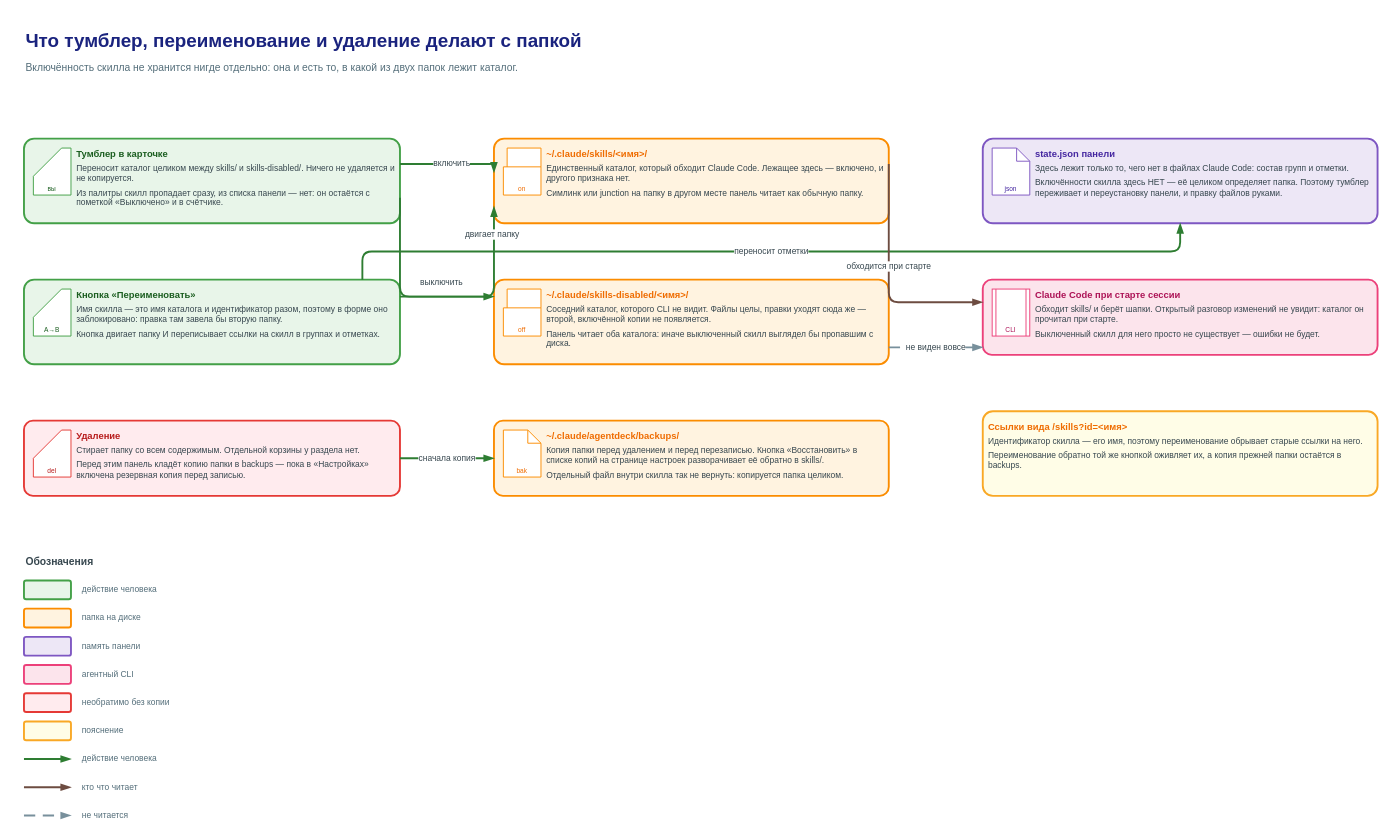
This is page "Две папки и одно состояние" (2 of 2) of docs/diagrams/skills-guide/skills-guide.drawio from rusyander/claude-control, a draw.io file, before an edit. Source tidied: cells renumbered, new cells numbered last; positions are measured from the earlier drawing's top-left corner, leaving out a move shared by most shapes. Both pictures are drawn from the tidied source at 94%, with x=0, y=0 at pixel (24, 25).
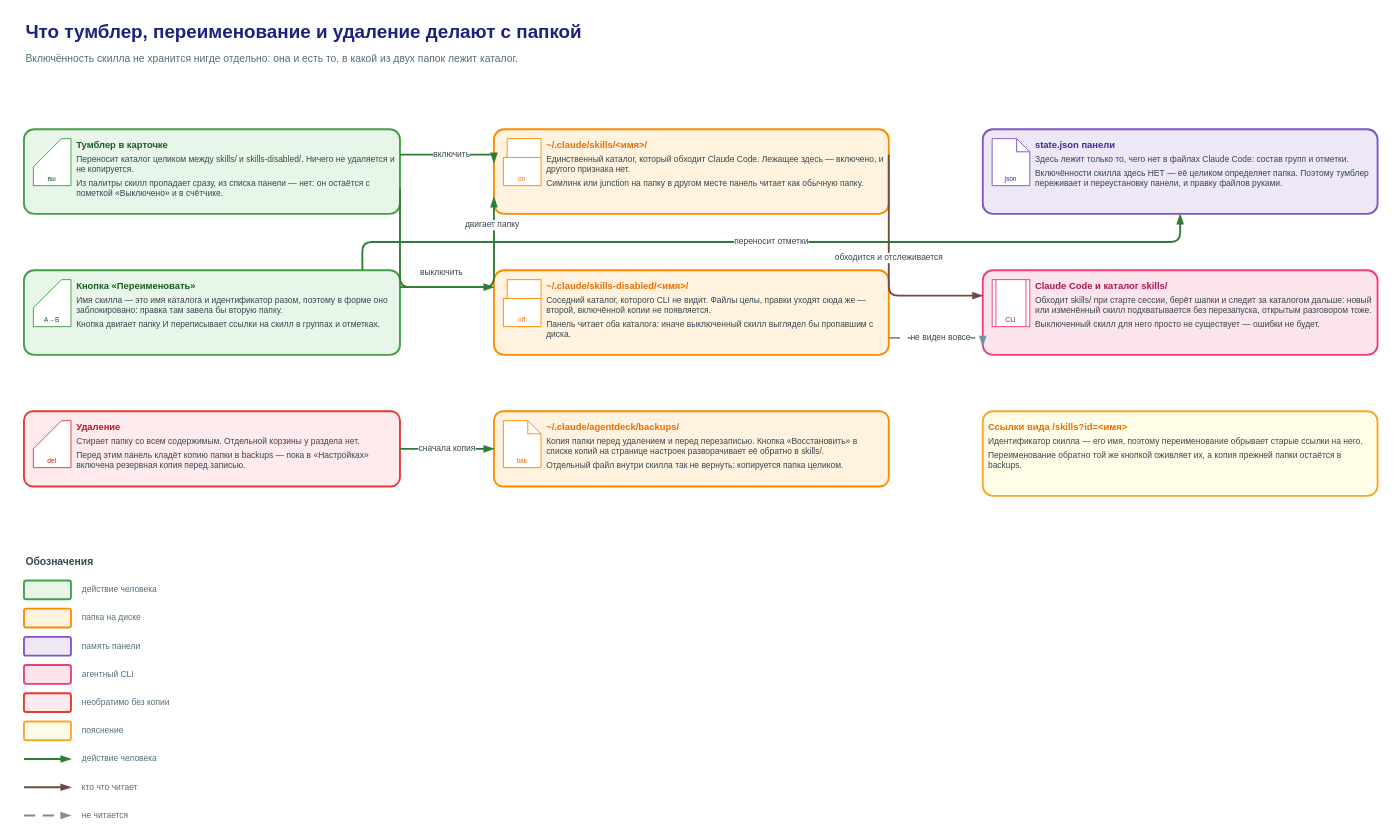
The same page after the edit.

Change to the diagram source:
```diff
@@
     <mxCell id="2" value="Что тумблер, переименование и удаление делают с папкой" style="text;html=1;whiteSpace=wrap;align=left;verticalAlign=middle;fontSize=20;fontColor=#1A237E;fontStyle=1;" parent="1" vertex="1">
-      <mxGeometry width="1200" height="30" as="geometry" />
+      <mxGeometry y="-10" width="1200" height="30" as="geometry" />
     </mxCell>
     <mxCell id="3" value="Включённость скилла не хранится нигде отдельно: она и есть то, в какой из двух папок лежит каталог." style="text;html=1;whiteSpace=wrap;align=left;verticalAlign=middle;fontSize=11;fontColor=#546E7A;" parent="1" vertex="1">
-      <mxGeometry y="30" width="1200" height="30" as="geometry" />
+      <mxGeometry y="20" width="1200" height="30" as="geometry" />
     </mxCell>
     <mxCell id="4" value="&lt;div style=&quot;font-size:10px;font-weight:600;color:#1B5E20;text-align:left&quot;&gt;Тумблер в карточке&lt;/div&gt;&lt;div style=&quot;font-size:9px;text-align:left;margin-top:4px&quot;&gt;Переносит каталог целиком между skills/ и skills-disabled/. Ничего не удаляется и не копируется.&lt;/div&gt;&lt;div style=&quot;font-size:9px;text-align:left;margin-top:4px&quot;&gt;Из палитры скилл пропадает сразу, из списка панели — нет: он остаётся с пометкой «Выключено» и в счётчике.&lt;/div&gt;" style="rounded=1;arcSize=12;fillColor=#E8F5E9;strokeColor=#43A047;strokeWidth=2;html=1;whiteSpace=wrap;align=left;verticalAlign=top;spacing=6;fontSize=9;fontColor=#37474F;spacingLeft=50;informational=1;" parent="1" vertex="1">
-      <mxGeometry y="120" width="400" height="90" as="geometry" />
+      <mxGeometry y="110" width="400" height="90" as="geometry" />
     </mxCell>
@@
     <mxCell id="6" value="&lt;div style=&quot;font-size:10px;font-weight:600;color:#1B5E20;text-align:left&quot;&gt;Кнопка «Переименовать»&lt;/div&gt;&lt;div style=&quot;font-size:9px;text-align:left;margin-top:4px&quot;&gt;Имя скилла — это имя каталога и идентификатор разом, поэтому в форме оно заблокировано: правка там завела бы вторую папку.&lt;/div&gt;&lt;div style=&quot;font-size:9px;text-align:left;margin-top:4px&quot;&gt;Кнопка двигает папку И переписывает ссылки на скилл в группах и отметках.&lt;/div&gt;" style="rounded=1;arcSize=12;fillColor=#E8F5E9;strokeColor=#43A047;strokeWidth=2;html=1;whiteSpace=wrap;align=left;verticalAlign=top;spacing=6;fontSize=9;fontColor=#37474F;spacingLeft=50;informational=1;" parent="1" vertex="1">
-      <mxGeometry y="270" width="400" height="90" as="geometry" />
+      <mxGeometry y="260" width="400" height="90" as="geometry" />
     </mxCell>
@@
     <mxCell id="8" value="&lt;div style=&quot;font-size:10px;font-weight:600;color:#B71C1C;text-align:left&quot;&gt;Удаление&lt;/div&gt;&lt;div style=&quot;font-size:9px;text-align:left;margin-top:4px&quot;&gt;Стирает папку со всем содержимым. Отдельной корзины у раздела нет.&lt;/div&gt;&lt;div style=&quot;font-size:9px;text-align:left;margin-top:4px&quot;&gt;Перед этим панель кладёт копию папки в backups — пока в «Настройках» включена резервная копия перед записью.&lt;/div&gt;" style="rounded=1;arcSize=12;fillColor=#FFEBEE;strokeColor=#E53935;strokeWidth=2;html=1;whiteSpace=wrap;align=left;verticalAlign=top;spacing=6;fontSize=9;fontColor=#37474F;spacingLeft=50;informational=1;" parent="1" vertex="1">
-      <mxGeometry y="420" width="400" height="80" as="geometry" />
+      <mxGeometry y="410" width="400" height="80" as="geometry" />
     </mxCell>
@@
     <mxCell id="10" value="&lt;div style=&quot;font-size:10px;font-weight:600;color:#EF6C00;text-align:left&quot;&gt;~/.claude/skills/&lt;имя&gt;/&lt;/div&gt;&lt;div style=&quot;font-size:9px;text-align:left;margin-top:4px&quot;&gt;Единственный каталог, который обходит Claude Code. Лежащее здесь — включено, и другого признака нет.&lt;/div&gt;&lt;div style=&quot;font-size:9px;text-align:left;margin-top:4px&quot;&gt;Симлинк или junction на папку в другом месте панель читает как обычную папку.&lt;/div&gt;" style="rounded=1;arcSize=12;fillColor=#FFF3E0;strokeColor=#FB8C00;strokeWidth=2;html=1;whiteSpace=wrap;align=left;verticalAlign=top;spacing=6;fontSize=9;fontColor=#37474F;spacingLeft=50;informational=1;" parent="1" vertex="1">
-      <mxGeometry x="500" y="120" width="420" height="90" as="geometry" />
+      <mxGeometry x="500" y="110" width="420" height="90" as="geometry" />
     </mxCell>
@@
     <mxCell id="12" value="&lt;div style=&quot;font-size:10px;font-weight:600;color:#EF6C00;text-align:left&quot;&gt;~/.claude/skills-disabled/&lt;имя&gt;/&lt;/div&gt;&lt;div style=&quot;font-size:9px;text-align:left;margin-top:4px&quot;&gt;Соседний каталог, которого CLI не видит. Файлы целы, правки уходят сюда же — второй, включённой копии не появляется.&lt;/div&gt;&lt;div style=&quot;font-size:9px;text-align:left;margin-top:4px&quot;&gt;Панель читает оба каталога: иначе выключенный скилл выглядел бы пропавшим с диска.&lt;/div&gt;" style="rounded=1;arcSize=12;fillColor=#FFF3E0;strokeColor=#FB8C00;strokeWidth=2;html=1;whiteSpace=wrap;align=left;verticalAlign=top;spacing=6;fontSize=9;fontColor=#37474F;spacingLeft=50;informational=1;" parent="1" vertex="1">
-      <mxGeometry x="500" y="270" width="420" height="90" as="geometry" />
+      <mxGeometry x="500" y="260" width="420" height="90" as="geometry" />
     </mxCell>
@@
     <mxCell id="14" value="&lt;div style=&quot;font-size:10px;font-weight:600;color:#EF6C00;text-align:left&quot;&gt;~/.claude/agentdeck/backups/&lt;/div&gt;&lt;div style=&quot;font-size:9px;text-align:left;margin-top:4px&quot;&gt;Копия папки перед удалением и перед перезаписью. Кнопка «Восстановить» в списке копий на странице настроек разворачивает её обратно в skills/.&lt;/div&gt;&lt;div style=&quot;font-size:9px;text-align:left;margin-top:4px&quot;&gt;Отдельный файл внутри скилла так не вернуть: копируется папка целиком.&lt;/div&gt;" style="rounded=1;arcSize=12;fillColor=#FFF3E0;strokeColor=#FB8C00;strokeWidth=2;html=1;whiteSpace=wrap;align=left;verticalAlign=top;spacing=6;fontSize=9;fontColor=#37474F;spacingLeft=50;informational=1;" parent="1" vertex="1">
-      <mxGeometry x="500" y="420" width="420" height="80" as="geometry" />
+      <mxGeometry x="500" y="410" width="420" height="80" as="geometry" />
     </mxCell>
@@
     <mxCell id="16" value="&lt;div style=&quot;font-size:10px;font-weight:600;color:#4527A0;text-align:left&quot;&gt;state.json панели&lt;/div&gt;&lt;div style=&quot;font-size:9px;text-align:left;margin-top:4px&quot;&gt;Здесь лежит только то, чего нет в файлах Claude Code: состав групп и отметки.&lt;/div&gt;&lt;div style=&quot;font-size:9px;text-align:left;margin-top:4px&quot;&gt;Включённости скилла здесь НЕТ — её целиком определяет папка. Поэтому тумблер переживает и переустановку панели, и правку файлов руками.&lt;/div&gt;" style="rounded=1;arcSize=12;fillColor=#EDE7F6;strokeColor=#7E57C2;strokeWidth=2;html=1;whiteSpace=wrap;align=left;verticalAlign=top;spacing=6;fontSize=9;fontColor=#37474F;spacingLeft=50;informational=1;" parent="1" vertex="1">
-      <mxGeometry x="1020" y="120" width="420" height="90" as="geometry" />
+      <mxGeometry x="1020" y="110" width="420" height="90" as="geometry" />
     </mxCell>
@@
-    <mxCell id="18" value="&lt;div style=&quot;font-size:10px;font-weight:600;color:#AD1457;text-align:left&quot;&gt;Claude Code при старте сессии&lt;/div&gt;&lt;div style=&quot;font-size:9px;text-align:left;margin-top:4px&quot;&gt;Обходит skills/ и берёт шапки. Открытый разговор изменений не увидит: каталог он прочитал при старте.&lt;/div&gt;&lt;div style=&quot;font-size:9px;text-align:left;margin-top:4px&quot;&gt;Выключенный скилл для него просто не существует — ошибки не будет.&lt;/div&gt;" style="rounded=1;arcSize=12;fillColor=#FCE4EC;strokeColor=#EC407A;strokeWidth=2;html=1;whiteSpace=wrap;align=left;verticalAlign=top;spacing=6;fontSize=9;fontColor=#37474F;spacingLeft=50;informational=1;" parent="1" vertex="1">
-      <mxGeometry x="1020" y="270" width="420" height="80" as="geometry" />
+    <mxCell id="18" value="&lt;div style=&quot;font-size:10px;font-weight:600;color:#AD1457;text-align:left&quot;&gt;Claude Code и каталог skills/&lt;/div&gt;&lt;div style=&quot;font-size:9px;text-align:left;margin-top:4px&quot;&gt;Обходит skills/ при старте сессии, берёт шапки и следит за каталогом дальше: новый или изменённый скилл подхватывается без перезапуска, открытым разговором тоже.&lt;/div&gt;&lt;div style=&quot;font-size:9px;text-align:left;margin-top:4px&quot;&gt;Выключенный скилл для него просто не существует — ошибки не будет.&lt;/div&gt;" style="rounded=1;arcSize=12;fillColor=#FCE4EC;strokeColor=#EC407A;strokeWidth=2;html=1;whiteSpace=wrap;align=left;verticalAlign=top;spacing=6;fontSize=9;fontColor=#37474F;spacingLeft=50;informational=1;" parent="1" vertex="1">
+      <mxGeometry x="1020" y="260" width="420" height="90" as="geometry" />
     </mxCell>
@@
     <mxCell id="21" value="включить" style="edgeStyle=orthogonalEdgeStyle;rounded=1;html=1;fontSize=9;fontColor=#37474F;labelBackgroundColor=#FFFFFF;endArrow=blockThin;endFill=1;jettySize=auto;strokeWidth=2;strokeColor=#2E7D32;exitX=1;exitY=0.3;exitDx=0;exitDy=0;entryX=0;entryY=0.4;entryDx=0;entryDy=0;" parent="1" edge="1" source="4" target="10">
       <mxGeometry relative="1" as="geometry">
         <Array as="points">
-          <mxPoint x="500" y="147" />
+          <mxPoint x="500" y="137" />
         </Array>
       </mxGeometry>
     </mxCell>
     <mxCell id="22" value="выключить" style="edgeStyle=orthogonalEdgeStyle;rounded=1;html=1;fontSize=9;fontColor=#37474F;labelBackgroundColor=#FFFFFF;endArrow=blockThin;endFill=1;jettySize=auto;strokeWidth=2;strokeColor=#2E7D32;exitX=1;exitY=0.7;exitDx=0;exitDy=0;entryX=0;entryY=0.2;entryDx=0;entryDy=0;" parent="1" edge="1" source="4" target="12">
       <mxGeometry x="-0.12" y="44" relative="1" as="geometry">
         <Array as="points">
-          <mxPoint x="400" y="288" />
+          <mxPoint x="400" y="278" />
         </Array>
       </mxGeometry>
     </mxCell>
     <mxCell id="23" value="двигает папку" style="edgeStyle=orthogonalEdgeStyle;rounded=1;html=1;fontSize=9;fontColor=#37474F;labelBackgroundColor=#FFFFFF;endArrow=blockThin;endFill=1;jettySize=auto;strokeWidth=2;strokeColor=#2E7D32;exitX=1;exitY=0.2;exitDx=0;exitDy=0;entryX=0;entryY=0.8;entryDx=0;entryDy=0;" parent="1" edge="1" source="6" target="10">
       <mxGeometry y="66" relative="1" as="geometry">
         <Array as="points">
-          <mxPoint x="500" y="288" />
+          <mxPoint x="500" y="278" />
         </Array>
       </mxGeometry>
     </mxCell>
     <mxCell id="24" value="переносит отметки" style="edgeStyle=orthogonalEdgeStyle;rounded=1;html=1;fontSize=9;fontColor=#37474F;labelBackgroundColor=#FFFFFF;endArrow=blockThin;endFill=1;jettySize=auto;strokeWidth=2;strokeColor=#2E7D32;exitX=0.9;exitY=0;exitDx=0;exitDy=0;entryX=0.5;entryY=1;entryDx=0;entryDy=0;" parent="1" edge="1" source="6" target="16">
       <mxGeometry relative="1" as="geometry">
         <Array as="points">
-          <mxPoint x="360" y="240" />
-          <mxPoint x="1230" y="240" />
+          <mxPoint x="360" y="230" />
+          <mxPoint x="1230" y="230" />
         </Array>
       </mxGeometry>
     </mxCell>
@@
-    <mxCell id="26" value="обходится при старте" style="edgeStyle=orthogonalEdgeStyle;rounded=1;html=1;fontSize=9;fontColor=#37474F;labelBackgroundColor=#FFFFFF;endArrow=blockThin;endFill=1;jettySize=auto;strokeWidth=2;strokeColor=#6D4C41;exitX=1;exitY=0.3;exitDx=0;exitDy=0;entryX=0;entryY=0.3;entryDx=0;entryDy=0;" parent="1" edge="1" source="10" target="18">
+    <mxCell id="26" value="обходится и отслеживается" style="edgeStyle=orthogonalEdgeStyle;rounded=1;html=1;fontSize=9;fontColor=#37474F;labelBackgroundColor=#FFFFFF;endArrow=blockThin;endFill=1;jettySize=auto;strokeWidth=2;strokeColor=#6D4C41;exitX=1;exitY=0.3;exitDx=0;exitDy=0;entryX=0;entryY=0.3;entryDx=0;entryDy=0;" parent="1" edge="1" source="10" target="18">
       <mxGeometry x="-0.12" relative="1" as="geometry">
         <Array as="points">
-          <mxPoint x="920" y="294" />
+          <mxPoint x="920" y="287" />
         </Array>
       </mxGeometry>
     </mxCell>
     <mxCell id="27" value="не виден вовсе" style="edgeStyle=orthogonalEdgeStyle;rounded=1;html=1;fontSize=9;fontColor=#37474F;labelBackgroundColor=#FFFFFF;endArrow=blockThin;endFill=1;jettySize=auto;strokeWidth=2;strokeColor=#78909C;dashed=1;dashPattern=6 4;exitX=1;exitY=0.8;exitDx=0;exitDy=0;entryX=0;entryY=0.9;entryDx=0;entryDy=0;" parent="1" edge="1" source="12" target="18">
-      <mxGeometry relative="1" as="geometry" />
+      <mxGeometry relative="1" as="geometry">
+        <Array as="points">
+          <mxPoint x="1020" y="332" />
+        </Array>
+      </mxGeometry>
     </mxCell>
```
